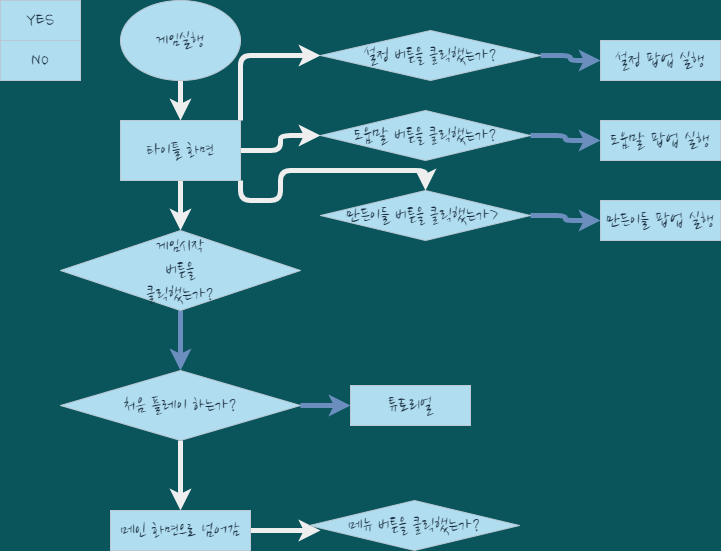
The draw.io diagram gameplay_flowchat.drawio.png in kinesis19/stac_project_SME, before a commit. Source tidied: cells renumbered, new cells last; positions are measured from the earlier drawing's top-left corner, leaving out a move shared by most shapes.
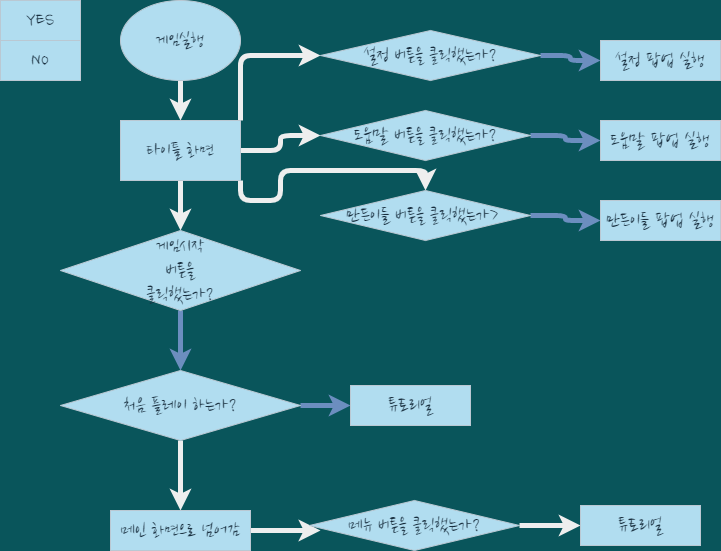
Above is the later version.

Change to the diagram source:
```diff
@@ -82,8 +82,14 @@
     <mxCell id="27" value="메인 화면으로 넘어감" style="rounded=0;whiteSpace=wrap;html=1;sketch=0;fontFamily=Nanum Brush Script;fontSource=https%3A%2F%2Ffonts.googleapis.com%2Fcss%3Ffamily%3DNanum%2BBrush%2BScript;fontSize=20;fillColor=#B1DDF0;strokeColor=#BAC8D3;fontColor=#182E3E;" parent="1" vertex="1">
       <mxGeometry x="110" y="510" width="140" height="40" as="geometry" />
     </mxCell>
+    <mxCell id="29" style="edgeStyle=orthogonalEdgeStyle;curved=0;rounded=1;sketch=0;jettySize=auto;html=1;entryX=0;entryY=0.5;entryDx=0;entryDy=0;fontColor=#FFFFFF;strokeColor=#EEEEEE;strokeWidth=5;" parent="1" edge="1" source="28" target="30">
+      <mxGeometry relative="1" as="geometry" />
+    </mxCell>
     <mxCell id="28" value="메뉴 버튼을 클릭했는가?" style="rhombus;whiteSpace=wrap;html=1;rounded=0;sketch=0;fontFamily=Nanum Brush Script;fontSource=https%3A%2F%2Ffonts.googleapis.com%2Fcss%3Ffamily%3DNanum%2BBrush%2BScript;fontSize=20;fillColor=#B1DDF0;strokeColor=#BAC8D3;fontColor=#182E3E;" parent="1" vertex="1">
       <mxGeometry x="309" y="500" width="210" height="50" as="geometry" />
     </mxCell>
+    <mxCell id="30" value="튜토리얼" style="rounded=0;whiteSpace=wrap;html=1;sketch=0;fontFamily=Nanum Brush Script;fontSource=https%3A%2F%2Ffonts.googleapis.com%2Fcss%3Ffamily%3DNanum%2BBrush%2BScript;fontSize=20;fillColor=#B1DDF0;strokeColor=#BAC8D3;fontColor=#182E3E;" parent="1" vertex="1">
+      <mxGeometry x="580" y="505" width="120" height="40" as="geometry" />
+    </mxCell>
   </root>
 </mxGraphModel>
```
